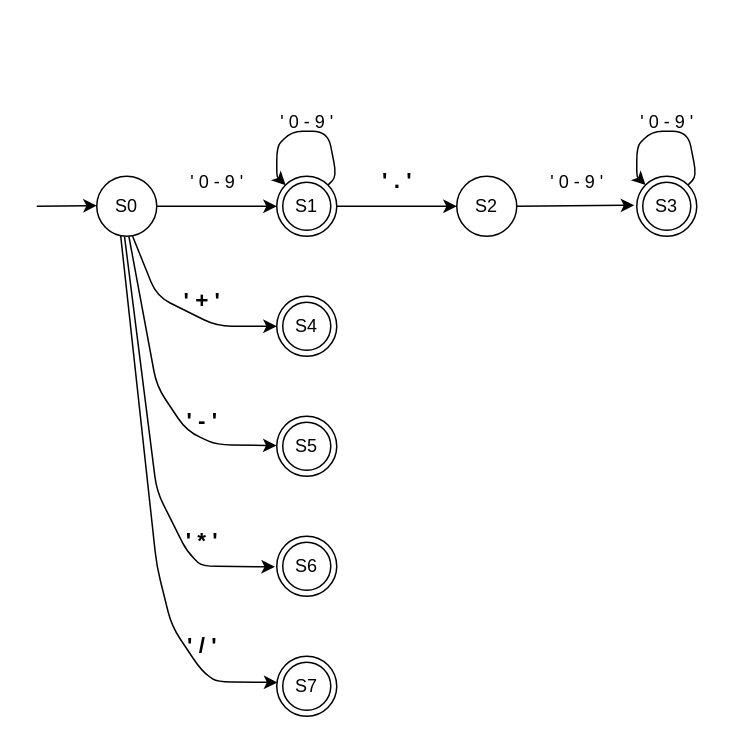
This is src/main/resources/dfa.drawio from DmitriyIvanov89/RPN, a draw.io file, before an edit. Source tidied: cells renumbered, new cells numbered last; positions are measured from the earlier drawing's top-left corner, leaving out a move shared by most shapes. Both pictures are drawn from the tidied source at 150%, with x=0, y=0 at pixel (36, 100).
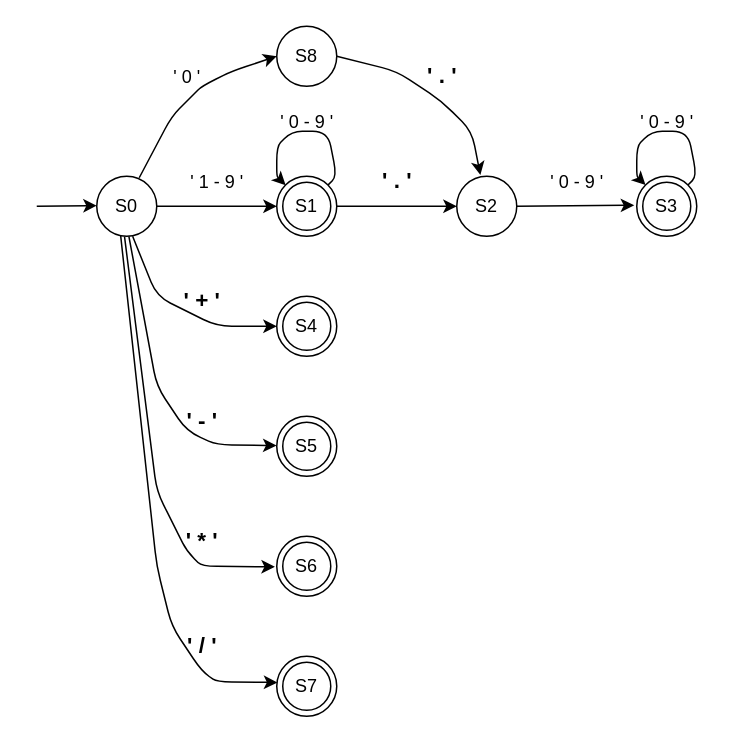
Above is the later version.

Commit message (it also covers changes not shown here):
mod dfa structure

The change refers to these unchanged cells:
```xml
<mxCell id="2" value="S0" style="ellipse;whiteSpace=wrap;html=1;" parent="1" vertex="1">
  <mxGeometry x="40" y="50" width="40" height="40" as="geometry" />
</mxCell>
<mxCell id="3" value="S2" style="ellipse;whiteSpace=wrap;html=1;" parent="1" vertex="1">
  <mxGeometry x="280" y="50" width="40" height="40" as="geometry" />
</mxCell>
```

The edit, as a diff of the source:
```diff
@@
-    <mxCell id="20" value="&lt;font style=&quot;font-weight: normal ; font-size: 12px&quot;&gt;' 0 - 9 '&lt;/font&gt;" style="text;strokeColor=none;fillColor=none;html=1;fontSize=24;fontStyle=1;verticalAlign=middle;align=center;" parent="1" vertex="1">
+    <mxCell id="20" value="&lt;font style=&quot;font-weight: normal ; font-size: 12px&quot;&gt;' 1 - 9 '&lt;/font&gt;" style="text;strokeColor=none;fillColor=none;html=1;fontSize=24;fontStyle=1;verticalAlign=middle;align=center;" parent="1" vertex="1">
       <mxGeometry x="90" y="40" width="60" height="20" as="geometry" />
     </mxCell>
@@
+    <mxCell id="29" value="S8" style="ellipse;whiteSpace=wrap;html=1;" parent="1" vertex="1">
+      <mxGeometry x="160" y="-50" width="40" height="40" as="geometry" />
+    </mxCell>
+    <mxCell id="30" style="endArrow=classic;html=1;exitX=0.708;exitY=0.025;exitDx=0;exitDy=0;exitPerimeter=0;entryX=0;entryY=0.5;entryDx=0;entryDy=0;" parent="1" edge="1" source="2" target="29">
+      <mxGeometry relative="1" as="geometry">
+        <Array as="points">
+          <mxPoint x="90" y="10" />
+          <mxPoint x="100" />
+          <mxPoint x="110" y="-10" />
+          <mxPoint x="130" y="-20" />
+        </Array>
+      </mxGeometry>
+    </mxCell>
+    <mxCell id="31" style="endArrow=classic;html=1;exitX=1;exitY=0.5;exitDx=0;exitDy=0;entryX=0.394;entryY=-0.02;entryDx=0;entryDy=0;entryPerimeter=0;" parent="1" edge="1" source="29" target="3">
+      <mxGeometry relative="1" as="geometry">
+        <Array as="points">
+          <mxPoint x="240" y="-20" />
+          <mxPoint x="270" />
+          <mxPoint x="290" y="20" />
+        </Array>
+      </mxGeometry>
+    </mxCell>
+    <mxCell id="32" value="&lt;font style=&quot;font-size: 15px&quot;&gt;' . '&lt;/font&gt;" style="text;strokeColor=none;fillColor=none;html=1;fontSize=24;fontStyle=1;verticalAlign=middle;align=center;" parent="1" vertex="1">
+      <mxGeometry x="250" y="-30" width="40" height="20" as="geometry" />
+    </mxCell>
+    <mxCell id="33" value="&lt;font style=&quot;font-weight: normal ; font-size: 12px&quot;&gt;' 0 '&lt;/font&gt;" style="text;strokeColor=none;fillColor=none;html=1;fontSize=24;fontStyle=1;verticalAlign=middle;align=center;" parent="1" vertex="1">
+      <mxGeometry x="70" y="-30" width="60" height="20" as="geometry" />
+    </mxCell>
```
